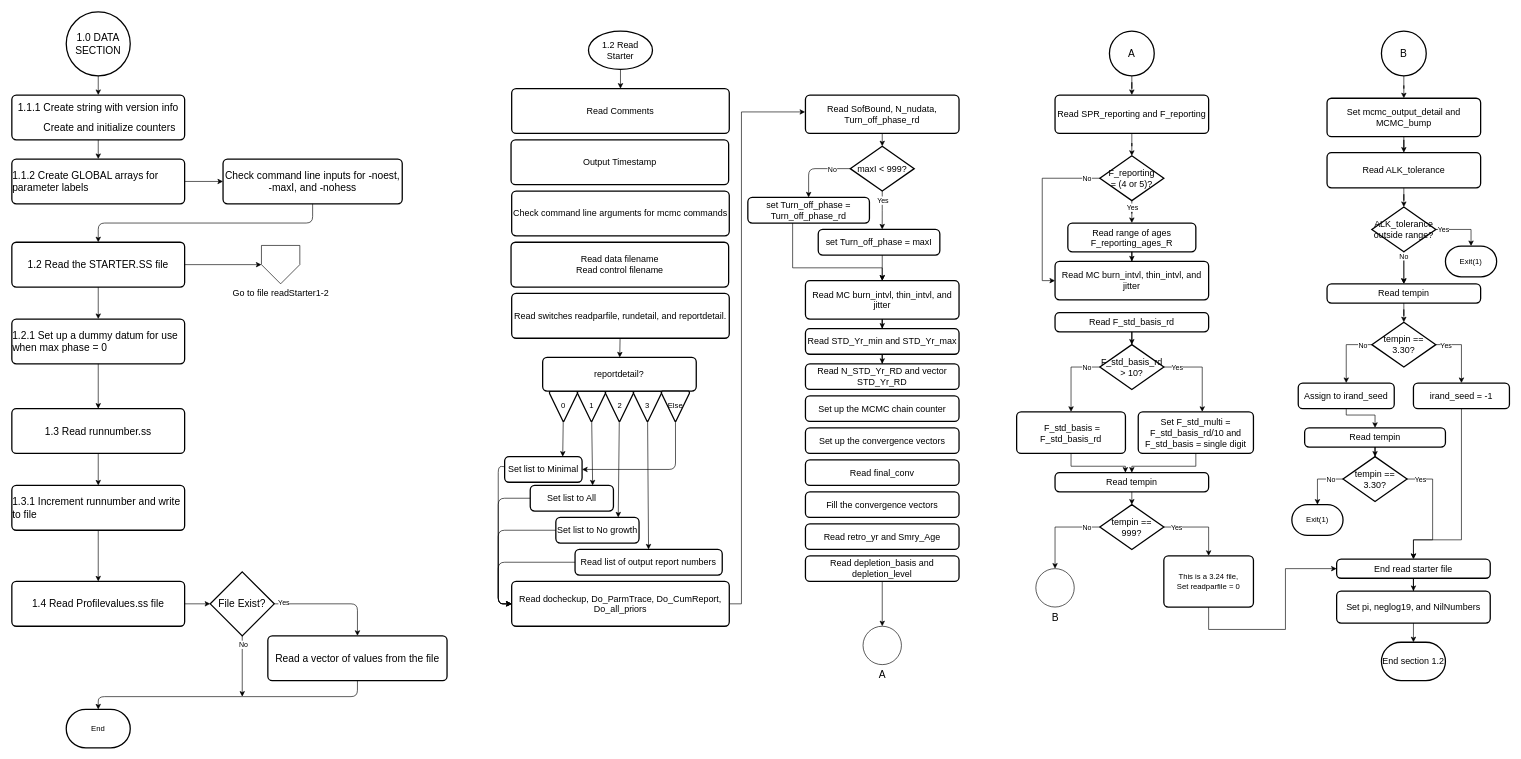
The draw.io diagram readStarter.drawio in nmfs-ost/ss3-flowcharts, before the edit. Source tidied: cells renumbered, new cells numbered last; positions are measured from the earlier drawing's top-left corner, leaving out a move shared by most shapes. Both pictures are drawn from the tidied source at 64%, with x=0, y=0 at pixel (12, 12).
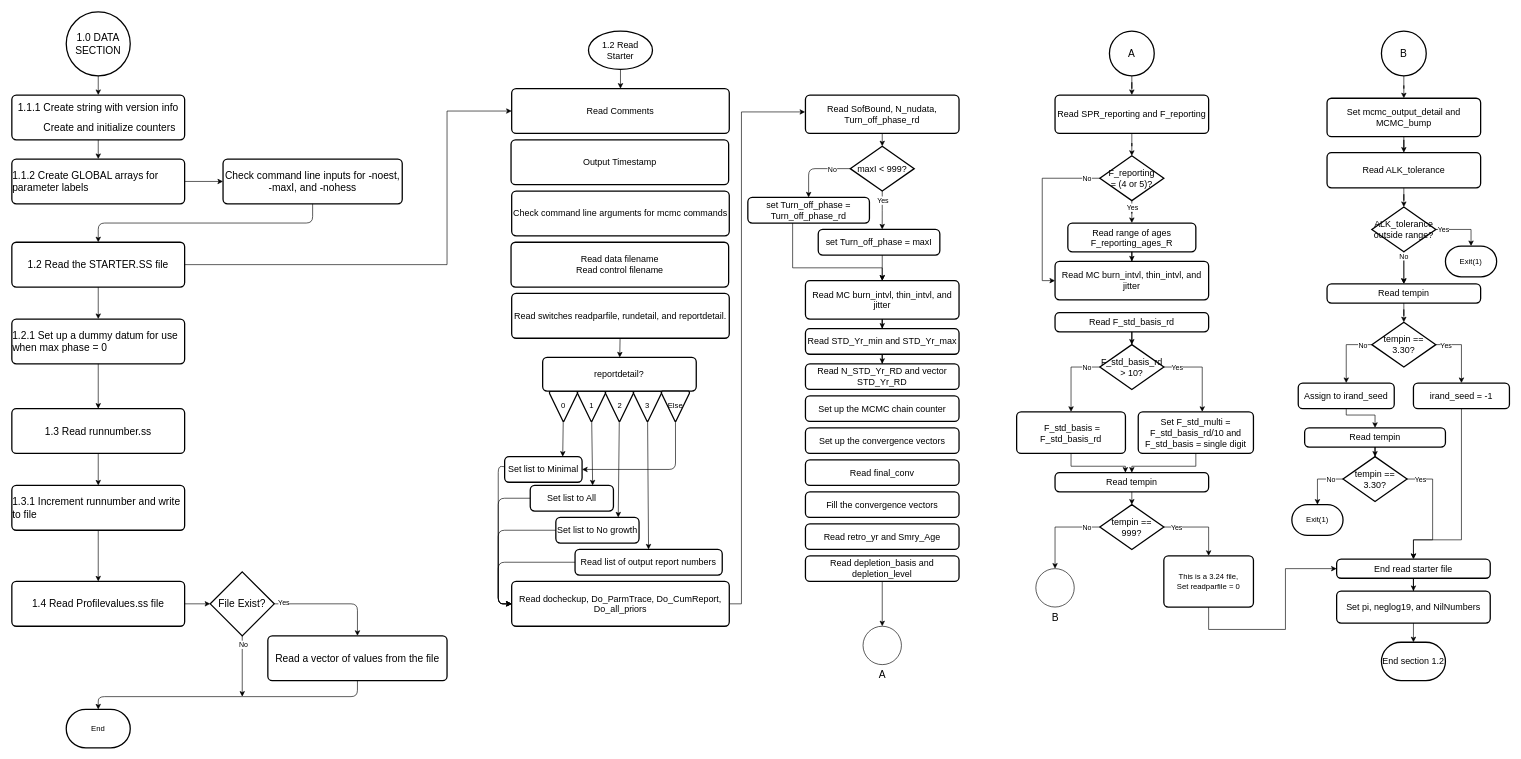
The same diagram, later.

The change refers to these unchanged cells:
```xml
<mxCell id="5" value="&lt;span id=&quot;docs-internal-guid-74301e7c-7fff-8f0c-b2f0-00d0969d23ce&quot; style=&quot;text-align: left&quot;&gt;&lt;p dir=&quot;ltr&quot; style=&quot;line-height: 1.2 ; margin-top: 10pt ; margin-bottom: 10pt&quot;&gt;&lt;span style=&quot;font-family: &amp;#34;arial&amp;#34; ; font-size: 16px&quot;&gt;1.2 Read the STARTER.SS file&lt;/span&gt;&lt;br&gt;&lt;/p&gt;&lt;/span&gt;" style="rounded=1;whiteSpace=wrap;html=1;absoluteArcSize=1;arcSize=14;strokeWidth=2;" parent="1" vertex="1">
  <mxGeometry y="360" width="270" height="70" as="geometry" />
</mxCell>
<mxCell id="26" value="&lt;font style=&quot;font-size: 14px&quot;&gt;Read Comments&lt;/font&gt;" style="rounded=1;whiteSpace=wrap;html=1;absoluteArcSize=1;arcSize=14;strokeWidth=2;" parent="1" vertex="1">
  <mxGeometry x="781" y="120" width="340" height="70" as="geometry" />
</mxCell>
```

The edit, as a diff of the source:
```diff
@@
-    <mxCell id="4" style="edgeStyle=orthogonalEdgeStyle;rounded=0;jettySize=auto;html=1;" parent="1" edge="1" source="5" target="24">
-      <mxGeometry relative="1" as="geometry" />
+    <mxCell id="4" style="edgeStyle=orthogonalEdgeStyle;rounded=0;jettySize=auto;html=1;entryX=0;entryY=0.5;entryDx=0;entryDy=0;" parent="1" edge="1" source="5" target="26">
+      <mxGeometry relative="1" as="geometry">
+        <Array as="points">
+          <mxPoint x="680" y="395" />
+          <mxPoint x="680" y="155" />
+        </Array>
+      </mxGeometry>
     </mxCell>
@@
-    <mxCell id="24" value="&lt;font style=&quot;font-size: 14px&quot;&gt;Go to file readStarter1-2&lt;/font&gt;" style="verticalLabelPosition=bottom;verticalAlign=top;html=1;shape=offPageConnector;rounded=0;size=0.5;" parent="1" vertex="1">
-      <mxGeometry x="390" y="365" width="60" height="60" as="geometry" />
-    </mxCell>
```
